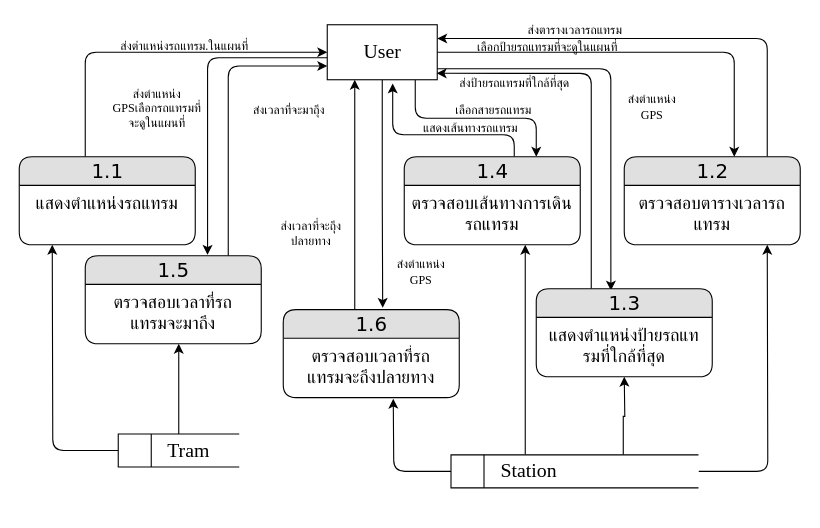
Before: page "1" (3 of 7) of data_flow.drawio in Domineice/Tram_tracking_draft, a draw.io diagram. Source tidied: cells renumbered, new cells numbered last; positions are measured from the earlier drawing's top-left corner, leaving out a move shared by most shapes. Both pictures are drawn from the tidied source at 110%, with x=0, y=0 at pixel (19, 19).
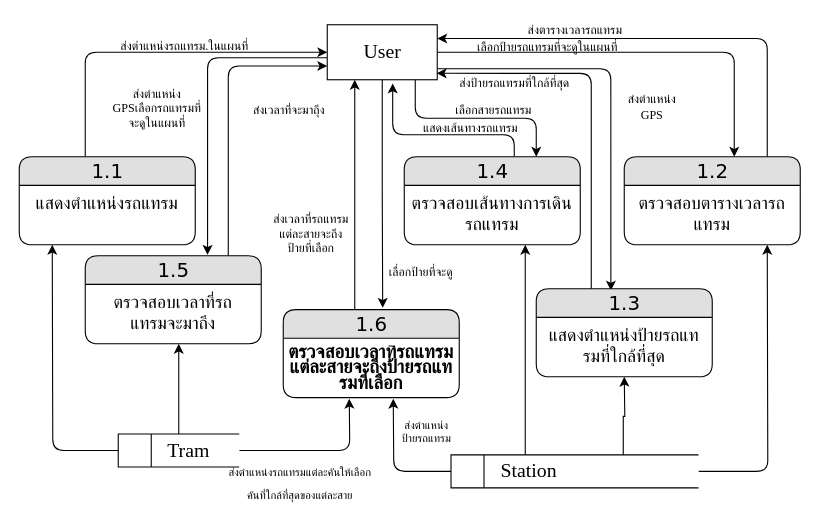
The same page after the edit.

The change refers to these unchanged cells:
```xml
<mxCell id="10" value="&lt;blockquote style=&quot;margin: 0 0 0 40px ; border: none ; padding: 0px&quot;&gt;Tram&lt;/blockquote&gt;" style="html=1;dashed=0;whitespace=wrap;shape=mxgraph.dfd.dataStoreID;align=left;spacingLeft=3;points=[[0,0],[0.5,0],[1,0],[0,0.5],[1,0.5],[0,1],[0.5,1],[1,1]];fontFamily=Times New Roman;fontSize=18;" parent="1" vertex="1">
  <mxGeometry x="90" y="377" width="110" height="30" as="geometry" />
</mxCell>
<mxCell id="41" value="&lt;font style=&quot;font-size: 18px&quot;&gt;1.6&lt;br&gt;&lt;/font&gt;" style="swimlane;html=1;fontStyle=0;horizontal=1;startSize=26;fillColor=#e0e0e0;swimlaneFillColor=#ffffff;align=center;rounded=1;shadow=0;comic=0;labelBackgroundColor=none;strokeWidth=1;fontFamily=Verdana;fontSize=12;" parent="1" vertex="1">
  <mxGeometry x="240" y="264" width="160" height="80" as="geometry" />
</mxCell>
```

What changed in the source:
```diff
@@
+    <mxCell id="45" style="edgeStyle=orthogonalEdgeStyle;rounded=1;jettySize=auto;html=1;fontSize=17;" parent="1" edge="1" source="10">
+      <mxGeometry relative="1" as="geometry">
+        <mxPoint x="300" y="345" as="targetPoint" />
+      </mxGeometry>
+    </mxCell>
@@
-    <mxCell id="42" value="&lt;span style=&quot;font-size: 16px&quot;&gt;ตรวจสอบเวลาที่รถ&lt;br&gt;แทรมจะถึงปลายทาง&lt;/span&gt;" style="text;html=1;strokeColor=none;fillColor=none;spacingLeft=4;spacingRight=4;whiteSpace=wrap;overflow=hidden;align=center;" parent="41" vertex="1">
+    <mxCell id="42" value="&lt;b&gt;&lt;span lang=&quot;TH&quot; style=&quot;line-height: 107% ; font-family: &amp;#34;th sarabun new&amp;#34; , sans-serif&quot;&gt;&lt;font style=&quot;font-size: 17px&quot;&gt;ตรวจสอบเวลาที่รถแทรมแต่ละสายจะถึงป้ายรถแทรมที่เลือก&lt;/font&gt;&lt;/span&gt;&lt;/b&gt;" style="text;html=1;strokeColor=none;fillColor=none;spacingLeft=4;spacingRight=4;whiteSpace=wrap;overflow=hidden;align=center;" parent="41" vertex="1">
       <mxGeometry y="26" width="160" height="44" as="geometry" />
     </mxCell>
-    <mxCell id="43" value="ส่งตำแหน่ง&lt;br&gt;GPS" style="text;html=1;align=center;verticalAlign=middle;strokeColor=none;fillColor=none;fontSize=11;fontFamily=Times New Roman;" parent="1" vertex="1">
-      <mxGeometry x="330" y="215" width="70" height="30" as="geometry" />
+    <mxCell id="43" value="เลื่อกป้ายที่จะดู" style="text;html=1;align=center;verticalAlign=middle;strokeColor=none;fillColor=none;fontSize=11;fontFamily=Times New Roman;" parent="1" vertex="1">
+      <mxGeometry x="325" y="220" width="80" height="20" as="geometry" />
     </mxCell>
-    <mxCell id="44" value="ส่งเวลาที่จะถุึง&lt;br&gt;ปลายทาง" style="text;html=1;align=center;verticalAlign=middle;strokeColor=none;fillColor=none;fontSize=11;fontFamily=Times New Roman;" parent="1" vertex="1">
-      <mxGeometry x="225" y="180" width="80" height="30" as="geometry" />
+    <mxCell id="44" value="ส่งเวลาที่รถแทรม&lt;br&gt;แต่ละสายจะถึง&lt;br&gt;ป้ายที่เลือก" style="text;html=1;align=center;verticalAlign=middle;strokeColor=none;fillColor=none;fontSize=11;fontFamily=Times New Roman;" parent="1" vertex="1">
+      <mxGeometry x="220" y="175" width="90" height="40" as="geometry" />
     </mxCell>
+    <mxCell id="46" value="&lt;font style=&quot;font-size: 10px&quot;&gt;ส่งตำแหน่งรถแทรมแต่ละคันให้เลือก&lt;br&gt;คันที่ใกล้ที่สุดของแต่ละสาย&lt;/font&gt;" style="text;html=1;align=center;verticalAlign=middle;strokeColor=none;fillColor=none;fontSize=17;" parent="1" vertex="1">
+      <mxGeometry x="175" y="396" width="160" height="50" as="geometry" />
+    </mxCell>
+    <mxCell id="47" value="ส่งตำแหน่ง&lt;br&gt;ป้ายรถแทรม" style="text;html=1;align=center;verticalAlign=middle;strokeColor=none;fillColor=none;fontSize=10;" parent="1" vertex="1">
+      <mxGeometry x="335" y="360" width="70" height="30" as="geometry" />
+    </mxCell>
```
